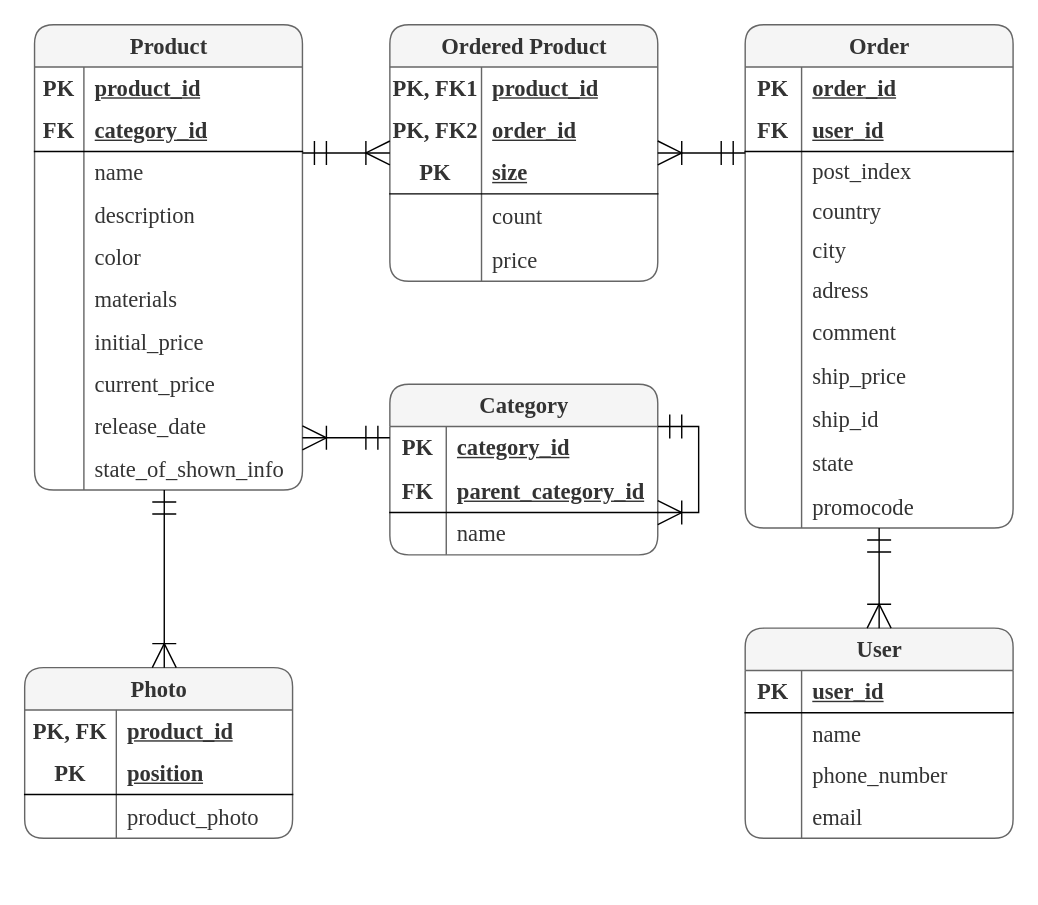
This is docs/ER-diagramm.drawio from sevolchenko/online-store, a draw.io file, before an edit. Source tidied: cells renumbered, new cells numbered last; positions are measured from the earlier drawing's top-left corner, leaving out a move shared by most shapes. Both pictures are drawn from the tidied source at 141%, with x=0, y=0 at pixel (24, 24).
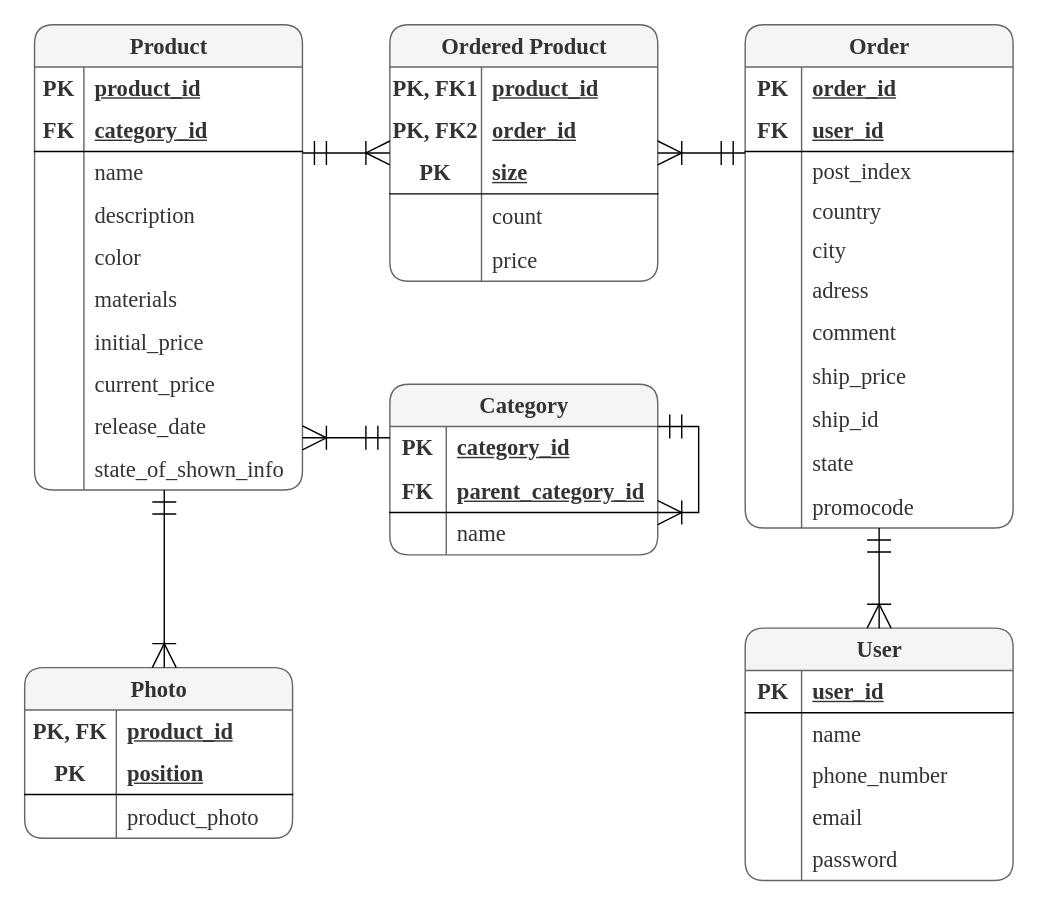
The same diagram, later.

Diff of the diagram source:
```diff
@@
     <mxCell id="108" value="User" style="shape=table;startSize=30;childLayout=tableLayout;rowLines=0;fontStyle=1;rounded=1;sketch=0;fontFamily=Times New Roman;fontSize=16;fontColor=#333333;fillColor=#f5f5f5;gradientColor=none;html=1;strokeColor=#666666;" parent="1" vertex="1">
-      <mxGeometry x="511" y="428" width="190" height="149" as="geometry" />
+      <mxGeometry x="511" y="428" width="190" height="179" as="geometry" />
     </mxCell>
@@
+    <mxCell id="122" style="shape=tableRow;horizontal=0;startSize=0;swimlaneHead=0;swimlaneBody=0;top=0;left=0;bottom=0;right=0;fillColor=none;rounded=0;sketch=0;fontFamily=Times New Roman;fontSize=16;fontColor=#333333;html=1;" parent="108" vertex="1">
+      <mxGeometry y="149" width="190" height="30" as="geometry" />
+    </mxCell>
+    <mxCell id="123" style="shape=partialRectangle;html=1;whiteSpace=wrap;fillColor=none;top=0;left=0;bottom=0;right=0;overflow=hidden;rounded=0;sketch=0;fontFamily=Times New Roman;fontSize=16;fontColor=#333333;startSize=30;" parent="122" vertex="1">
+      <mxGeometry width="40" height="30" as="geometry" />
+    </mxCell>
+    <mxCell id="124" value="password" style="shape=partialRectangle;html=1;whiteSpace=wrap;fillColor=none;top=0;left=0;bottom=0;right=0;align=left;spacingLeft=6;overflow=hidden;rounded=0;sketch=0;fontFamily=Times New Roman;fontSize=16;fontColor=#333333;startSize=30;" parent="122" vertex="1">
+      <mxGeometry x="40" width="150" height="30" as="geometry" />
+    </mxCell>
```
